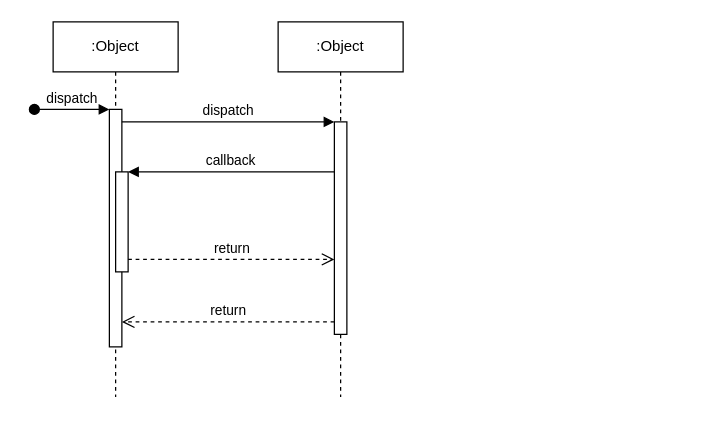
This is Untitled Diagram.drawio from CraftMaster07/CyberProject, a draw.io file, before an edit. Source tidied: cells renumbered, new cells numbered last; positions are measured from the earlier drawing's top-left corner, leaving out a move shared by most shapes. Both pictures are drawn from the tidied source at 125%, with x=0, y=0 at pixel (34, 21).
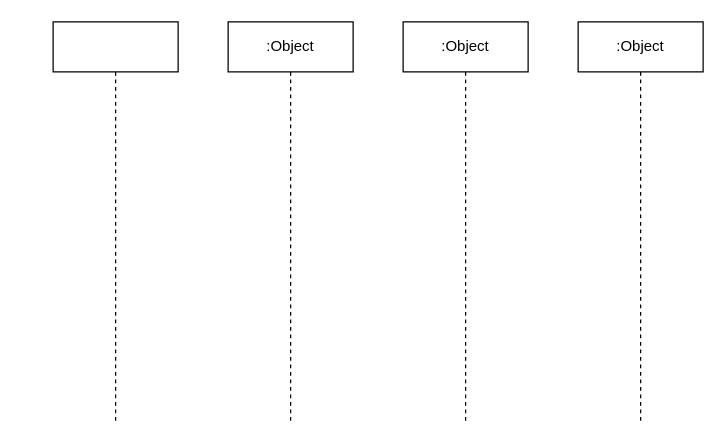
The same diagram, later.

Commit message:
Connection flow

Change to the diagram source:
```diff
@@
 <mxGraphModel>
   <root>
     <mxCell id="0" />
     <mxCell id="1" parent="0" />
-    <mxCell id="2" value=":Object" style="shape=umlLifeline;perimeter=lifelinePerimeter;whiteSpace=wrap;html=1;newEdgeStyle={&quot;edgeStyle&quot;:&quot;elbowEdgeStyle&quot;,&quot;elbow&quot;:&quot;vertical&quot;,&quot;curved&quot;:0,&quot;rounded&quot;:0};" parent="1" vertex="1">
-      <mxGeometry x="15" width="100" height="300" as="geometry" />
+    <mxCell id="2" style="shape=umlLifeline;perimeter=lifelinePerimeter;whiteSpace=wrap;html=1;newEdgeStyle={&quot;edgeStyle&quot;:&quot;elbowEdgeStyle&quot;,&quot;elbow&quot;:&quot;vertical&quot;,&quot;curved&quot;:0,&quot;rounded&quot;:0};" parent="1" vertex="1">
+      <mxGeometry x="15" width="100" height="320" as="geometry" />
     </mxCell>
-    <mxCell id="3" style="html=1;points=[];perimeter=orthogonalPerimeter;outlineConnect=0;targetShapes=umlLifeline;portConstraint=eastwest;newEdgeStyle={&quot;edgeStyle&quot;:&quot;elbowEdgeStyle&quot;,&quot;elbow&quot;:&quot;vertical&quot;,&quot;curved&quot;:0,&quot;rounded&quot;:0};" parent="2" vertex="1">
-      <mxGeometry x="45" y="70" width="10" height="190" as="geometry" />
-    </mxCell>
-    <mxCell id="4" value="dispatch" style="html=1;verticalAlign=bottom;startArrow=oval;endArrow=block;startSize=8;edgeStyle=elbowEdgeStyle;elbow=vertical;curved=0;rounded=0;" parent="2" edge="1" target="3">
-      <mxGeometry relative="1" as="geometry">
-        <mxPoint x="-15" y="70" as="sourcePoint" />
-      </mxGeometry>
-    </mxCell>
-    <mxCell id="5" style="html=1;points=[];perimeter=orthogonalPerimeter;outlineConnect=0;targetShapes=umlLifeline;portConstraint=eastwest;newEdgeStyle={&quot;edgeStyle&quot;:&quot;elbowEdgeStyle&quot;,&quot;elbow&quot;:&quot;vertical&quot;,&quot;curved&quot;:0,&quot;rounded&quot;:0};" parent="2" vertex="1">
-      <mxGeometry x="50" y="120" width="10" height="80" as="geometry" />
-    </mxCell>
     <mxCell id="6" value=":Object" style="shape=umlLifeline;perimeter=lifelinePerimeter;whiteSpace=wrap;html=1;newEdgeStyle={&quot;edgeStyle&quot;:&quot;elbowEdgeStyle&quot;,&quot;elbow&quot;:&quot;vertical&quot;,&quot;curved&quot;:0,&quot;rounded&quot;:0};" parent="1" vertex="1">
-      <mxGeometry x="195" width="100" height="300" as="geometry" />
+      <mxGeometry x="155" width="100" height="320" as="geometry" />
     </mxCell>
-    <mxCell id="7" style="html=1;points=[];perimeter=orthogonalPerimeter;outlineConnect=0;targetShapes=umlLifeline;portConstraint=eastwest;newEdgeStyle={&quot;edgeStyle&quot;:&quot;elbowEdgeStyle&quot;,&quot;elbow&quot;:&quot;vertical&quot;,&quot;curved&quot;:0,&quot;rounded&quot;:0};" parent="6" vertex="1">
-      <mxGeometry x="45" y="80" width="10" height="170" as="geometry" />
-    </mxCell>
-    <mxCell id="8" value="dispatch" style="html=1;verticalAlign=bottom;endArrow=block;edgeStyle=elbowEdgeStyle;elbow=vertical;curved=0;rounded=0;" parent="1" edge="1" source="3" target="7">
-      <mxGeometry relative="1" as="geometry">
-        <Array as="points">
-          <mxPoint x="155" y="80" />
-        </Array>
-      </mxGeometry>
-    </mxCell>
-    <mxCell id="9" value="return" style="html=1;verticalAlign=bottom;endArrow=open;dashed=1;endSize=8;edgeStyle=elbowEdgeStyle;elbow=vertical;curved=0;rounded=0;" parent="1" edge="1" source="7" target="3">
-      <mxGeometry relative="1" as="geometry">
-        <Array as="points">
-          <mxPoint x="165" y="240" />
-        </Array>
-      </mxGeometry>
-    </mxCell>
-    <mxCell id="10" value="callback" style="html=1;verticalAlign=bottom;endArrow=block;edgeStyle=elbowEdgeStyle;elbow=vertical;curved=0;rounded=0;" parent="1" edge="1" source="7" target="5">
-      <mxGeometry relative="1" as="geometry">
-        <Array as="points">
-          <mxPoint x="165" y="120" />
-        </Array>
-      </mxGeometry>
-    </mxCell>
-    <mxCell id="11" value="return" style="html=1;verticalAlign=bottom;endArrow=open;dashed=1;endSize=8;edgeStyle=elbowEdgeStyle;elbow=vertical;curved=0;rounded=0;" parent="1" edge="1" source="5" target="7">
-      <mxGeometry relative="1" as="geometry">
-        <Array as="points">
-          <mxPoint x="155" y="190" />
-        </Array>
-      </mxGeometry>
-    </mxCell>
+    <mxCell id="12" value=":Object" style="shape=umlLifeline;perimeter=lifelinePerimeter;whiteSpace=wrap;html=1;newEdgeStyle={&quot;edgeStyle&quot;:&quot;elbowEdgeStyle&quot;,&quot;elbow&quot;:&quot;vertical&quot;,&quot;curved&quot;:0,&quot;rounded&quot;:0};" parent="1" vertex="1">
+      <mxGeometry x="435" width="100" height="320" as="geometry" />
+    </mxCell>
+    <mxCell id="13" value=":Object" style="shape=umlLifeline;perimeter=lifelinePerimeter;whiteSpace=wrap;html=1;newEdgeStyle={&quot;edgeStyle&quot;:&quot;elbowEdgeStyle&quot;,&quot;elbow&quot;:&quot;vertical&quot;,&quot;curved&quot;:0,&quot;rounded&quot;:0};" parent="1" vertex="1">
+      <mxGeometry x="295" width="100" height="320" as="geometry" />
+    </mxCell>
   </root>
 </mxGraphModel>
```
